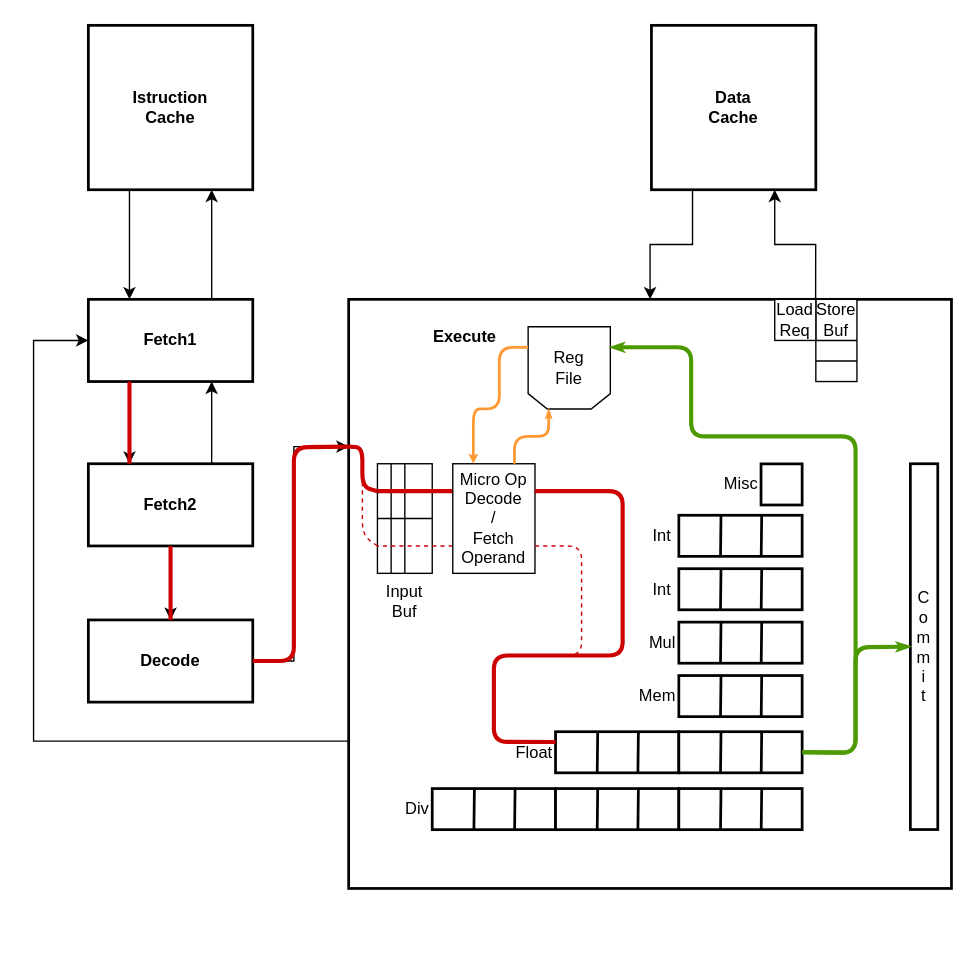
This is Diagrammi/MinorArmFloatOp.drawio from The90Frank/MinorArmAnalyzer, a draw.io file, before an edit. Source tidied: cells renumbered, new cells numbered last; positions are measured from the earlier drawing's top-left corner, leaving out a move shared by most shapes. Both pictures are drawn from the tidied source at 137%, with x=0, y=0 at pixel (33, 25).
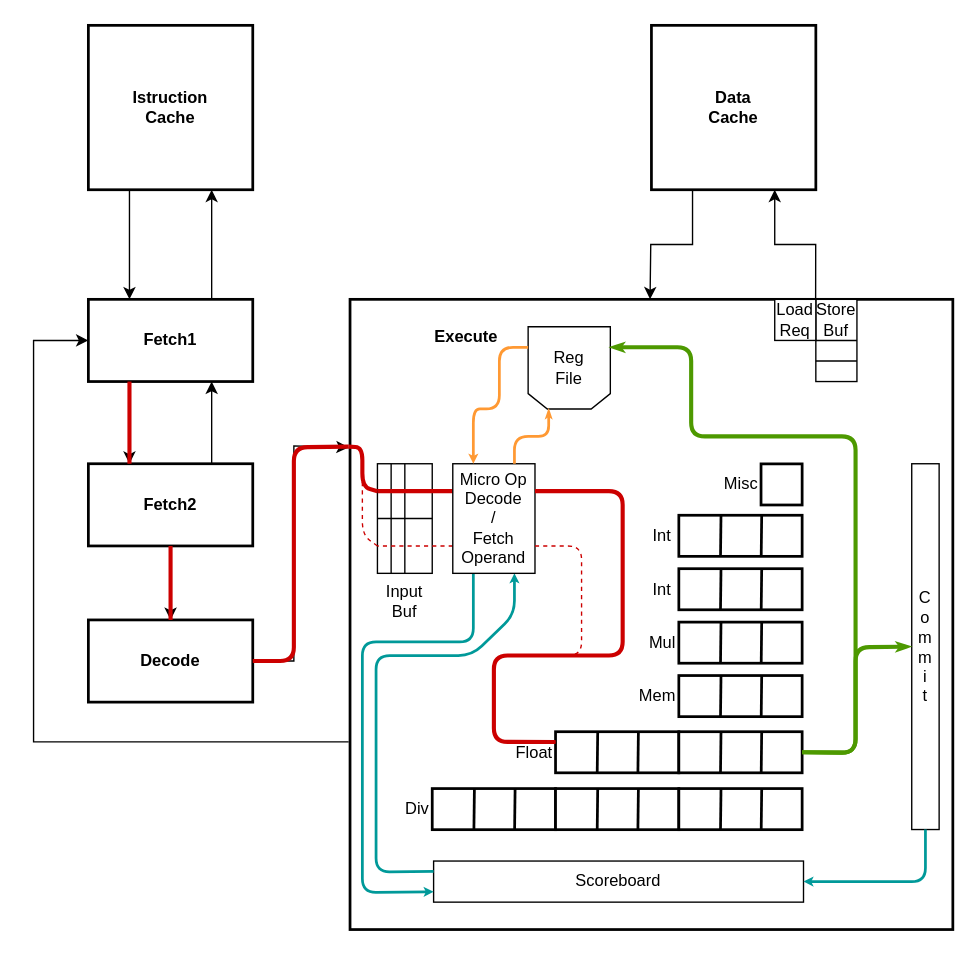
The same page after the edit.

Unchanged cells that the change refers to:
```xml
<mxCell id="6" value="Fetch1" style="rounded=0;whiteSpace=wrap;html=1;fontStyle=1;strokeWidth=2;" parent="1" vertex="1">
  <mxGeometry x="40" y="200" width="120" height="60" as="geometry" />
</mxCell>
<mxCell id="11" value="&lt;span&gt;Decode&lt;/span&gt;" style="rounded=0;whiteSpace=wrap;html=1;fontStyle=1;strokeWidth=2;" parent="1" vertex="1">
  <mxGeometry x="40" y="434" width="120" height="60" as="geometry" />
</mxCell>
<mxCell id="16" value="Data&lt;br&gt;Cache" style="rounded=0;whiteSpace=wrap;html=1;fontStyle=1;strokeWidth=2;" parent="1" vertex="1">
  <mxGeometry x="451" width="120" height="120" as="geometry" />
</mxCell>
<mxCell id="35" style="rounded=0;whiteSpace=wrap;html=1;align=right;labelPosition=left;verticalLabelPosition=middle;verticalAlign=middle;strokeWidth=2;" parent="1" vertex="1">
  <mxGeometry x="471" y="515.6" width="90" height="30" as="geometry" />
</mxCell>
<mxCell id="47" value="Input Buf" style="rounded=0;whiteSpace=wrap;html=1;align=center;labelPosition=center;verticalLabelPosition=bottom;verticalAlign=top;" parent="1" vertex="1">
  <mxGeometry x="251" y="320" width="40" height="80" as="geometry" />
</mxCell>
```

Diff of the diagram source:
```diff
@@
+    <mxCell id="14" value="&amp;nbsp; &amp;nbsp; &amp;nbsp; &amp;nbsp; &amp;nbsp; &lt;br&gt;&amp;nbsp; &amp;nbsp; &amp;nbsp; &amp;nbsp; &amp;nbsp; &amp;nbsp; &amp;nbsp; &amp;nbsp; &amp;nbsp; &lt;b&gt;Execute&lt;/b&gt;" style="rounded=0;whiteSpace=wrap;html=1;verticalAlign=top;labelPosition=center;verticalLabelPosition=middle;align=left;strokeWidth=2;" parent="1" vertex="1">
+      <mxGeometry x="231" y="200" width="440" height="460" as="geometry" />
+    </mxCell>
+    <mxCell id="52" value="C&lt;br&gt;o&lt;br&gt;m&lt;br&gt;m&lt;br&gt;i&lt;br&gt;t" style="rounded=0;whiteSpace=wrap;html=1;align=center;strokeWidth=1;" parent="1" vertex="1">
+      <mxGeometry x="641" y="320" width="20" height="267" as="geometry" />
+    </mxCell>
+    <mxCell id="71" value="Scoreboard" style="rounded=0;whiteSpace=wrap;html=1;strokeWidth=1;" parent="1" vertex="1">
+      <mxGeometry x="292" y="610" width="270" height="30" as="geometry" />
+    </mxCell>
+    <mxCell id="72" style="endArrow=classic;html=1;strokeColor=#009999;entryX=0;entryY=0.75;entryDx=0;entryDy=0;exitX=0.25;exitY=1;exitDx=0;exitDy=0;strokeWidth=2;startSize=3;endSize=1;" parent="1" edge="1" target="71">
+      <mxGeometry relative="1" as="geometry">
+        <mxPoint x="321" y="400" as="sourcePoint" />
+        <Array as="points">
+          <mxPoint x="321" y="450" />
+          <mxPoint x="240" y="450" />
+          <mxPoint x="240" y="633" />
+        </Array>
+      </mxGeometry>
+    </mxCell>
+    <mxCell id="73" style="endArrow=classic;html=1;strokeColor=#009999;entryX=0.75;entryY=1;entryDx=0;entryDy=0;exitX=0;exitY=0.25;exitDx=0;exitDy=0;strokeWidth=2;startSize=3;endSize=1;" parent="1" edge="1" source="71">
+      <mxGeometry relative="1" as="geometry">
+        <mxPoint x="351" y="400" as="targetPoint" />
+        <Array as="points">
+          <mxPoint x="250" y="618" />
+          <mxPoint x="250" y="460" />
+          <mxPoint x="320" y="460" />
+          <mxPoint x="351" y="430" />
+        </Array>
+      </mxGeometry>
+    </mxCell>
+    <mxCell id="74" style="endArrow=classic;html=1;strokeColor=#009999;entryX=1;entryY=0.5;entryDx=0;entryDy=0;exitX=0.5;exitY=1;exitDx=0;exitDy=0;strokeWidth=2;startSize=3;endSize=1;" parent="1" edge="1" source="52" target="71">
+      <mxGeometry relative="1" as="geometry">
+        <Array as="points">
+          <mxPoint x="651" y="625" />
+        </Array>
+      </mxGeometry>
+    </mxCell>
@@
-    <mxCell id="10" style="edgeStyle=orthogonalEdgeStyle;rounded=0;jettySize=auto;html=1;exitX=1;exitY=0.5;exitDx=0;exitDy=0;entryX=0;entryY=0.25;entryDx=0;entryDy=0;" parent="1" edge="1" source="11" target="14">
+    <mxCell id="10" style="edgeStyle=orthogonalEdgeStyle;rounded=0;jettySize=auto;html=1;exitX=1;exitY=0.5;exitDx=0;exitDy=0;entryX=0;entryY=0.25;entryDx=0;entryDy=0;" parent="1" edge="1" source="11">
       <mxGeometry relative="1" as="geometry">
+        <mxPoint x="230" y="308" as="targetPoint" />
         <Array as="points">
           <mxPoint x="190" y="464" />
           <mxPoint x="190" y="307" />
         </Array>
       </mxGeometry>
     </mxCell>
@@
-    <mxCell id="13" style="edgeStyle=orthogonalEdgeStyle;rounded=0;jettySize=auto;html=1;entryX=0;entryY=0.5;entryDx=0;entryDy=0;exitX=0;exitY=0.75;exitDx=0;exitDy=0;" parent="1" edge="1" source="14" target="6">
+    <mxCell id="13" style="edgeStyle=orthogonalEdgeStyle;rounded=0;jettySize=auto;html=1;entryX=0;entryY=0.5;entryDx=0;entryDy=0;exitX=0;exitY=0.75;exitDx=0;exitDy=0;" parent="1" edge="1" target="6">
       <mxGeometry relative="1" as="geometry">
+        <mxPoint x="230" y="523" as="sourcePoint" />
         <Array as="points">
           <mxPoint y="523" />
           <mxPoint y="230" />
         </Array>
       </mxGeometry>
     </mxCell>
-    <mxCell id="14" value="&amp;nbsp; &amp;nbsp; &amp;nbsp; &amp;nbsp; &amp;nbsp; &lt;br&gt;&amp;nbsp; &amp;nbsp; &amp;nbsp; &amp;nbsp; &amp;nbsp; &amp;nbsp; &amp;nbsp; &amp;nbsp; &amp;nbsp; &lt;b&gt;Execute&lt;/b&gt;" style="rounded=0;whiteSpace=wrap;html=1;verticalAlign=top;labelPosition=center;verticalLabelPosition=middle;align=left;strokeWidth=2;" parent="1" vertex="1">
-      <mxGeometry x="230" y="200" width="440" height="430" as="geometry" />
-    </mxCell>
-    <mxCell id="15" style="edgeStyle=orthogonalEdgeStyle;rounded=0;jettySize=auto;html=1;exitX=0.25;exitY=1;exitDx=0;exitDy=0;entryX=0.5;entryY=0;entryDx=0;entryDy=0;" parent="1" edge="1" source="16" target="14">
-      <mxGeometry relative="1" as="geometry" />
+    <mxCell id="15" style="edgeStyle=orthogonalEdgeStyle;rounded=0;jettySize=auto;html=1;exitX=0.25;exitY=1;exitDx=0;exitDy=0;entryX=0.5;entryY=0;entryDx=0;entryDy=0;" parent="1" edge="1" source="16">
+      <mxGeometry relative="1" as="geometry">
+        <mxPoint x="450" y="200" as="targetPoint" />
+      </mxGeometry>
     </mxCell>
@@
-    <mxCell id="52" value="C&lt;br&gt;o&lt;br&gt;m&lt;br&gt;m&lt;br&gt;i&lt;br&gt;t" style="rounded=0;whiteSpace=wrap;html=1;align=center;strokeWidth=2;" parent="1" vertex="1">
-      <mxGeometry x="640" y="320" width="20" height="267" as="geometry" />
-    </mxCell>
@@
-    <mxCell id="55" style="endArrow=none;html=1;strokeColor=#CC0000;strokeWidth=3;entryX=1;entryY=0.5;entryDx=0;entryDy=0;exitX=0;exitY=0.25;exitDx=0;exitDy=0;" parent="1" edge="1" source="14" target="11">
+    <mxCell id="55" style="endArrow=none;html=1;strokeColor=#CC0000;strokeWidth=3;entryX=1;entryY=0.5;entryDx=0;entryDy=0;exitX=0;exitY=0.25;exitDx=0;exitDy=0;" parent="1" edge="1" target="11">
       <mxGeometry relative="1" as="geometry">
+        <mxPoint x="230" y="307.5" as="sourcePoint" />
         <Array as="points">
           <mxPoint x="190" y="308" />
           <mxPoint x="190" y="464" />
         </Array>
       </mxGeometry>
     </mxCell>
-    <mxCell id="56" style="endArrow=none;html=1;strokeColor=#CC0000;strokeWidth=3;entryX=0;entryY=0.25;entryDx=0;entryDy=0;exitX=0;exitY=0.25;exitDx=0;exitDy=0;" parent="1" edge="1" source="47" target="14">
+    <mxCell id="56" style="endArrow=none;html=1;strokeColor=#CC0000;strokeWidth=3;entryX=0;entryY=0.25;entryDx=0;entryDy=0;exitX=0;exitY=0.25;exitDx=0;exitDy=0;" parent="1" edge="1" source="47">
       <mxGeometry relative="1" as="geometry">
+        <mxPoint x="230" y="307.5" as="targetPoint" />
         <Array as="points">
           <mxPoint x="240" y="337" />
           <mxPoint x="240" y="308" />
         </Array>
       </mxGeometry>
     </mxCell>
@@
-    <mxCell id="69" style="endArrow=classicThin;html=1;strokeColor=#4D9900;strokeWidth=3;endFill=1;startSize=4;endSize=1;entryX=0;entryY=0.5;entryDx=0;entryDy=0;exitX=1;exitY=0.5;exitDx=0;exitDy=0;" parent="1" edge="1" source="35" target="52">
+    <mxCell id="69" style="endArrow=classicThin;html=1;strokeColor=#4D9900;strokeWidth=3;endFill=1;startSize=4;endSize=1;entryX=0;entryY=0.5;entryDx=0;entryDy=0;exitX=1;exitY=0.5;exitDx=0;exitDy=0;" parent="1" edge="1" source="35">
       <mxGeometry relative="1" as="geometry">
+        <mxPoint x="640" y="453.5" as="targetPoint" />
         <Array as="points">
           <mxPoint x="600" y="531" />
           <mxPoint x="600" y="454" />
         </Array>
       </mxGeometry>
     </mxCell>
```
